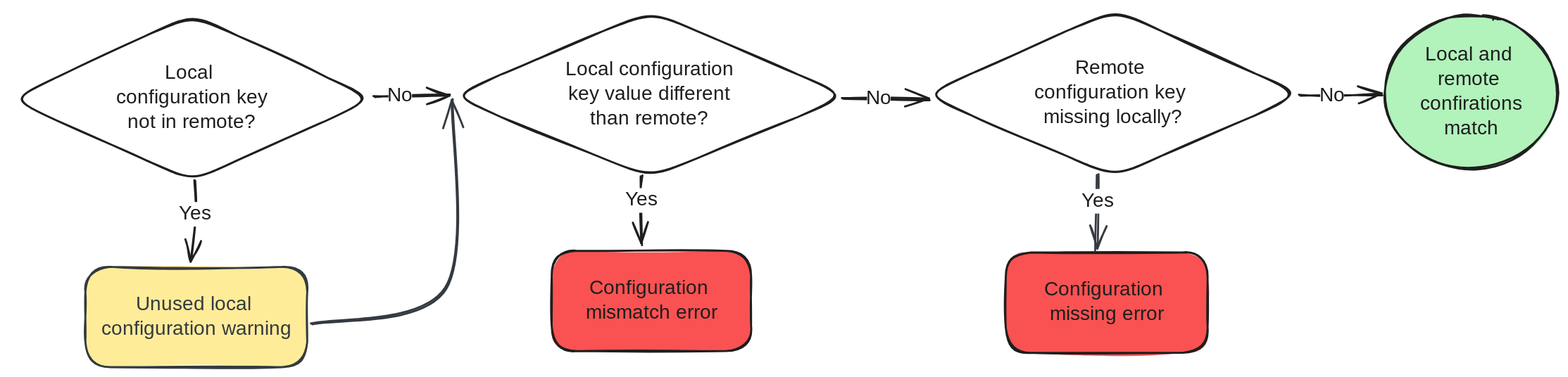
This is docs/verification-steps.excalidraw.svg from tswymer/scicm, a Excalidraw export, as it was before one commit. Source tidied: one line per element, renumbered; positions are measured from the earlier drawing's top-left corner, leaving out a move shared by most shapes. Source of this version:
```json
{"id": 0, "type": "diamond", "strokeColor": "#1e1e1e", "strokeWidth": 2, "roughness": 1, "round": true, "x": 0, "y": 5, "width": 368, "height": 170}
{"id": 1, "type": "text", "text": "Local \nconfiguration key\nnot in remote?", "strokeColor": "#1e1e1e", "strokeWidth": 2, "roughness": 1, "fontSize": 20, "fontFamily": 1, "textAlign": "center", "verticalAlign": "middle", "inside": 0, "x": 102, "y": 52, "width": 164, "height": 75}
{"id": 2, "type": "rectangle", "strokeColor": "#343a40", "backgroundColor": "#ffec99", "fillStyle": "solid", "strokeWidth": 2, "roughness": 1, "round": true, "x": 76, "y": 261, "width": 225, "height": 102}
{"id": 3, "type": "text", "text": "Unused local \nconfiguration warning", "strokeColor": "#343a40", "strokeWidth": 2, "roughness": 1, "fontSize": 20, "fontFamily": 1, "textAlign": "center", "verticalAlign": "middle", "inside": 2, "x": 88, "y": 287, "width": 201, "height": 50}
{"id": 4, "type": "arrow", "strokeColor": "#1e1e1e", "strokeWidth": 2, "roughness": 1, "endArrowhead": "arrow", "round": true, "to": 2, "x": 186, "y": 172, "width": 4, "height": 82, "points": [[0, 0], [1, 35], [-3, 82]]}
{"id": 5, "type": "text", "text": "Yes", "strokeColor": "#1e1e1e", "strokeWidth": 2, "roughness": 1, "fontSize": 20, "fontFamily": 1, "textAlign": "center", "verticalAlign": "middle", "inside": 4, "x": 187, "y": 197, "width": 32, "height": 25}
{"id": 6, "type": "diamond", "strokeColor": "#1e1e1e", "strokeWidth": 2, "roughness": 1, "round": true, "x": 447, "y": 1, "width": 403, "height": 170}
{"id": 7, "type": "text", "text": "Local configuration\nkey value different\nthan remote?", "strokeColor": "#1e1e1e", "strokeWidth": 2, "roughness": 1, "fontSize": 20, "fontFamily": 1, "textAlign": "center", "verticalAlign": "middle", "inside": 6, "x": 555, "y": 49, "width": 188, "height": 75}
{"id": 8, "type": "arrow", "strokeColor": "#1e1e1e", "strokeWidth": 2, "roughness": 1, "endArrowhead": "arrow", "round": true, "from": 0, "to": 6, "x": 370, "y": 89, "width": 75, "height": 2, "points": [[0, 0], [26, -1], [75, -2]]}
{"id": 9, "type": "text", "text": "No", "strokeColor": "#1e1e1e", "strokeWidth": 2, "roughness": 1, "fontSize": 20, "fontFamily": 1, "textAlign": "center", "verticalAlign": "middle", "inside": 8, "x": 408, "y": 75, "width": 24, "height": 25}
{"id": 10, "type": "rectangle", "strokeColor": "#1e1e1e", "backgroundColor": "#fa5252", "fillStyle": "solid", "strokeWidth": 2, "roughness": 1, "round": true, "x": 549, "y": 245, "width": 202, "height": 102}
{"id": 11, "type": "text", "text": "Configuration \nmismatch error", "strokeColor": "#1e1e1e", "strokeWidth": 2, "roughness": 1, "fontSize": 20, "fontFamily": 1, "textAlign": "center", "verticalAlign": "middle", "inside": 10, "x": 579, "y": 271, "width": 143, "height": 50}
{"id": 12, "type": "arrow", "strokeColor": "#1e1e1e", "strokeWidth": 2, "roughness": 1, "endArrowhead": "arrow", "round": true, "from": 6, "to": 10, "x": 640, "y": 169, "width": 1, "height": 70, "points": [[0, 0], [0, 25], [1, 70]]}
{"id": 13, "type": "text", "text": "Yes", "strokeColor": "#1e1e1e", "strokeWidth": 2, "roughness": 1, "fontSize": 20, "fontFamily": 1, "textAlign": "center", "verticalAlign": "middle", "inside": 12, "x": 604, "y": 204, "width": 32, "height": 25}
{"id": 14, "type": "arrow", "strokeColor": "#343a40", "backgroundColor": "#fa5252", "fillStyle": "solid", "strokeWidth": 2, "roughness": 1, "endArrowhead": "arrow", "round": true, "from": 2, "to": 6, "x": 307, "y": 319, "width": 143, "height": 228, "points": [[0, 0], [136, -36], [143, -228]]}
{"id": 15, "type": "diamond", "strokeColor": "#1e1e1e", "strokeWidth": 2, "roughness": 1, "round": true, "x": 928, "y": 0, "width": 383, "height": 170}
{"id": 16, "type": "text", "text": "Remote \nconfiguration key \nmissing locally?", "strokeColor": "#1e1e1e", "strokeWidth": 2, "roughness": 1, "fontSize": 20, "fontFamily": 1, "textAlign": "center", "verticalAlign": "middle", "inside": 15, "x": 1032, "y": 48, "width": 174, "height": 75}
{"id": 17, "type": "rectangle", "strokeColor": "#1e1e1e", "backgroundColor": "#fa5252", "fillStyle": "solid", "strokeWidth": 2, "roughness": 1, "round": true, "x": 1010, "y": 247, "width": 205, "height": 102}
{"id": 18, "type": "text", "text": "Configuration \nmissing error", "strokeColor": "#1e1e1e", "strokeWidth": 2, "roughness": 1, "fontSize": 20, "fontFamily": 1, "textAlign": "center", "verticalAlign": "middle", "inside": 17, "x": 1044, "y": 273, "width": 137, "height": 50}
{"id": 19, "type": "arrow", "strokeColor": "#343a40", "backgroundColor": "#fa5252", "fillStyle": "solid", "strokeWidth": 2, "roughness": 1, "endArrowhead": "arrow", "round": true, "from": 15, "to": 17, "x": 1104, "y": 167, "width": 1, "height": 77, "points": [[0, 0], [0, 28], [-1, 77]]}
{"id": 20, "type": "text", "text": "Yes", "strokeColor": "#1e1e1e", "strokeWidth": 2, "roughness": 1, "fontSize": 20, "fontFamily": 1, "textAlign": "center", "verticalAlign": "middle", "inside": 19, "x": 1050, "y": 195, "width": 32, "height": 25}
{"id": 21, "type": "arrow", "strokeColor": "#1e1e1e", "strokeWidth": 2, "roughness": 1, "endArrowhead": "arrow", "round": true, "from": 6, "to": 15, "x": 845, "y": 90, "width": 88, "height": 1, "points": [[0, 0], [37, 1], [88, 1]]}
{"id": 22, "type": "text", "text": "No", "strokeColor": "#1e1e1e", "strokeWidth": 2, "roughness": 1, "fontSize": 20, "fontFamily": 1, "textAlign": "center", "verticalAlign": "middle", "inside": 21, "x": 877, "y": 78, "width": 24, "height": 25}
{"id": 23, "type": "ellipse", "strokeColor": "#1e1e1e", "backgroundColor": "#b2f2bb", "fillStyle": "solid", "strokeWidth": 2, "roughness": 1, "round": true, "x": 1395, "y": 6, "width": 175, "height": 156}
{"id": 24, "type": "text", "text": "Local and \nremote \nconfirations\nmatch", "strokeColor": "#1e1e1e", "strokeWidth": 2, "roughness": 1, "fontSize": 20, "fontFamily": 1, "textAlign": "center", "verticalAlign": "middle", "inside": 23, "x": 1426, "y": 33, "width": 113, "height": 100}
{"id": 25, "type": "arrow", "strokeColor": "#1e1e1e", "backgroundColor": "#b2f2bb", "fillStyle": "solid", "strokeWidth": 2, "roughness": 1, "endArrowhead": "arrow", "round": true, "from": 15, "to": 23, "x": 1309, "y": 87, "width": 84, "height": 1, "points": [[0, 0], [33, 0], [84, -1]]}
{"id": 26, "type": "text", "text": "No", "strokeColor": "#1e1e1e", "backgroundColor": "#b2f2bb", "fillStyle": "solid", "strokeWidth": 2, "roughness": 1, "fontSize": 20, "fontFamily": 1, "textAlign": "center", "verticalAlign": "middle", "inside": 25, "x": 1332, "y": 74, "width": 24, "height": 25}
```
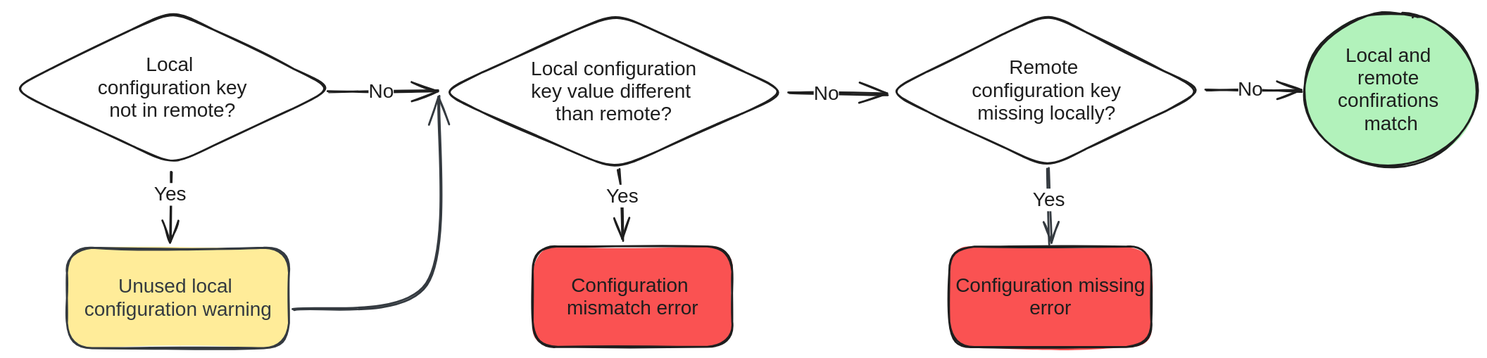
Later version of the same file.

Diff of the diagram source:
```diff
@@ -1,27 +1,27 @@
-{"id": 0, "type": "diamond", "strokeColor": "#1e1e1e", "strokeWidth": 2, "roughness": 1, "round": true, "x": 0, "y": 5, "width": 368, "height": 170}
+{"id": 0, "type": "diamond", "strokeColor": "#1e1e1e", "strokeWidth": 2, "roughness": 1, "round": true, "x": 19, "y": 5, "width": 329, "height": 158}
-{"id": 1, "type": "text", "text": "Local \nconfiguration key\nnot in remote?", "strokeColor": "#1e1e1e", "strokeWidth": 2, "roughness": 1, "fontSize": 20, "fontFamily": 1, "textAlign": "center", "verticalAlign": "middle", "inside": 0, "x": 102, "y": 52, "width": 164, "height": 75}
+{"id": 1, "type": "text", "text": "Local \nconfiguration key\nnot in remote?", "strokeColor": "#1e1e1e", "strokeWidth": 2, "roughness": 1, "fontSize": 20, "fontFamily": 2, "textAlign": "center", "verticalAlign": "middle", "inside": 0, "x": 108, "y": 49, "width": 151, "height": 69}
-{"id": 2, "type": "rectangle", "strokeColor": "#343a40", "backgroundColor": "#ffec99", "fillStyle": "solid", "strokeWidth": 2, "roughness": 1, "round": true, "x": 76, "y": 261, "width": 225, "height": 102}
+{"id": 2, "type": "rectangle", "strokeColor": "#343a40", "backgroundColor": "#ffec99", "fillStyle": "solid", "strokeWidth": 2, "roughness": 1, "round": true, "x": 77, "y": 246, "width": 225, "height": 102}
-{"id": 3, "type": "text", "text": "Unused local \nconfiguration warning", "strokeColor": "#343a40", "strokeWidth": 2, "roughness": 1, "fontSize": 20, "fontFamily": 1, "textAlign": "center", "verticalAlign": "middle", "inside": 2, "x": 88, "y": 287, "width": 201, "height": 50}
+{"id": 3, "type": "text", "text": "Unused local \nconfiguration warning", "strokeColor": "#343a40", "strokeWidth": 2, "roughness": 1, "fontSize": 20, "fontFamily": 2, "textAlign": "center", "verticalAlign": "middle", "inside": 2, "x": 94, "y": 274, "width": 190, "height": 46}
-{"id": 4, "type": "arrow", "strokeColor": "#1e1e1e", "strokeWidth": 2, "roughness": 1, "endArrowhead": "arrow", "round": true, "to": 2, "x": 186, "y": 172, "width": 4, "height": 82, "points": [[0, 0], [1, 35], [-3, 82]]}
+{"id": 4, "type": "arrow", "strokeColor": "#1e1e1e", "strokeWidth": 2, "roughness": 1, "endArrowhead": "arrow", "round": true, "from": 0, "to": 2, "x": 182, "y": 168, "width": 1, "height": 71, "points": [[0, 0], [-1, 24], [0, 71]]}
-{"id": 5, "type": "text", "text": "Yes", "strokeColor": "#1e1e1e", "strokeWidth": 2, "roughness": 1, "fontSize": 20, "fontFamily": 1, "textAlign": "center", "verticalAlign": "middle", "inside": 4, "x": 187, "y": 197, "width": 32, "height": 25}
+{"id": 5, "type": "text", "text": "Yes", "strokeColor": "#1e1e1e", "strokeWidth": 2, "roughness": 1, "fontSize": 20, "fontFamily": 2, "textAlign": "center", "verticalAlign": "middle", "inside": 4, "x": 171, "y": 196, "width": 33, "height": 23}
-{"id": 6, "type": "diamond", "strokeColor": "#1e1e1e", "strokeWidth": 2, "roughness": 1, "round": true, "x": 447, "y": 1, "width": 403, "height": 170}
+{"id": 6, "type": "diamond", "strokeColor": "#1e1e1e", "strokeWidth": 2, "roughness": 1, "round": true, "x": 453, "y": 7, "width": 356, "height": 161}
-{"id": 7, "type": "text", "text": "Local configuration\nkey value different\nthan remote?", "strokeColor": "#1e1e1e", "strokeWidth": 2, "roughness": 1, "fontSize": 20, "fontFamily": 1, "textAlign": "center", "verticalAlign": "middle", "inside": 6, "x": 555, "y": 49, "width": 188, "height": 75}
+{"id": 7, "type": "text", "text": "Local configuration\nkey value different \nthan remote?", "strokeColor": "#1e1e1e", "strokeWidth": 2, "roughness": 1, "fontSize": 20, "fontFamily": 2, "textAlign": "center", "verticalAlign": "middle", "inside": 6, "x": 548, "y": 53, "width": 168, "height": 69}
-{"id": 8, "type": "arrow", "strokeColor": "#1e1e1e", "strokeWidth": 2, "roughness": 1, "endArrowhead": "arrow", "round": true, "from": 0, "to": 6, "x": 370, "y": 89, "width": 75, "height": 2, "points": [[0, 0], [26, -1], [75, -2]]}
+{"id": 8, "type": "arrow", "strokeColor": "#1e1e1e", "strokeWidth": 2, "roughness": 1, "endArrowhead": "arrow", "round": true, "from": 0, "to": 6, "x": 343, "y": 88, "width": 110, "height": 1, "points": [[0, 0], [53, -1], [110, -1]]}
-{"id": 9, "type": "text", "text": "No", "strokeColor": "#1e1e1e", "strokeWidth": 2, "roughness": 1, "fontSize": 20, "fontFamily": 1, "textAlign": "center", "verticalAlign": "middle", "inside": 8, "x": 408, "y": 75, "width": 24, "height": 25}
+{"id": 9, "type": "text", "text": "No", "strokeColor": "#1e1e1e", "strokeWidth": 2, "roughness": 1, "fontSize": 20, "fontFamily": 2, "textAlign": "center", "verticalAlign": "middle", "inside": 8, "x": 383, "y": 76, "width": 26, "height": 23}
 {"id": 10, "type": "rectangle", "strokeColor": "#1e1e1e", "backgroundColor": "#fa5252", "fillStyle": "solid", "strokeWidth": 2, "roughness": 1, "round": true, "x": 549, "y": 245, "width": 202, "height": 102}
-{"id": 11, "type": "text", "text": "Configuration \nmismatch error", "strokeColor": "#1e1e1e", "strokeWidth": 2, "roughness": 1, "fontSize": 20, "fontFamily": 1, "textAlign": "center", "verticalAlign": "middle", "inside": 10, "x": 579, "y": 271, "width": 143, "height": 50}
+{"id": 11, "type": "text", "text": "Configuration \nmismatch error", "strokeColor": "#1e1e1e", "strokeWidth": 2, "roughness": 1, "fontSize": 20, "fontFamily": 2, "textAlign": "center", "verticalAlign": "middle", "inside": 10, "x": 584, "y": 273, "width": 133, "height": 46}
-{"id": 12, "type": "arrow", "strokeColor": "#1e1e1e", "strokeWidth": 2, "roughness": 1, "endArrowhead": "arrow", "round": true, "from": 6, "to": 10, "x": 640, "y": 169, "width": 1, "height": 70, "points": [[0, 0], [0, 25], [1, 70]]}
+{"id": 12, "type": "arrow", "strokeColor": "#1e1e1e", "strokeWidth": 2, "roughness": 1, "endArrowhead": "arrow", "round": true, "from": 6, "to": 10, "x": 636, "y": 167, "width": 5, "height": 72, "points": [[0, 0], [4, 27], [5, 72]]}
-{"id": 13, "type": "text", "text": "Yes", "strokeColor": "#1e1e1e", "strokeWidth": 2, "roughness": 1, "fontSize": 20, "fontFamily": 1, "textAlign": "center", "verticalAlign": "middle", "inside": 12, "x": 604, "y": 204, "width": 32, "height": 25}
+{"id": 13, "type": "text", "text": "Yes", "strokeColor": "#1e1e1e", "strokeWidth": 2, "roughness": 1, "fontSize": 20, "fontFamily": 2, "textAlign": "center", "verticalAlign": "middle", "inside": 12, "x": 624, "y": 182, "width": 33, "height": 23}
-{"id": 14, "type": "arrow", "strokeColor": "#343a40", "backgroundColor": "#fa5252", "fillStyle": "solid", "strokeWidth": 2, "roughness": 1, "endArrowhead": "arrow", "round": true, "from": 2, "to": 6, "x": 307, "y": 319, "width": 143, "height": 228, "points": [[0, 0], [136, -36], [143, -228]]}
+{"id": 14, "type": "arrow", "strokeColor": "#343a40", "backgroundColor": "#fa5252", "fillStyle": "solid", "strokeWidth": 2, "roughness": 1, "endArrowhead": "arrow", "round": true, "from": 2, "to": 6, "x": 307, "y": 309, "width": 148, "height": 217, "points": [[0, 0], [135, -26], [148, -217]]}
-{"id": 15, "type": "diamond", "strokeColor": "#1e1e1e", "strokeWidth": 2, "roughness": 1, "round": true, "x": 928, "y": 0, "width": 383, "height": 170}
+{"id": 15, "type": "diamond", "strokeColor": "#1e1e1e", "strokeWidth": 2, "roughness": 1, "round": true, "x": 909, "y": 7, "width": 323, "height": 158}
-{"id": 16, "type": "text", "text": "Remote \nconfiguration key \nmissing locally?", "strokeColor": "#1e1e1e", "strokeWidth": 2, "roughness": 1, "fontSize": 20, "fontFamily": 1, "textAlign": "center", "verticalAlign": "middle", "inside": 15, "x": 1032, "y": 48, "width": 174, "height": 75}
+{"id": 16, "type": "text", "text": "Remote \nconfiguration key\nmissing locally?", "strokeColor": "#1e1e1e", "strokeWidth": 2, "roughness": 1, "fontSize": 20, "fontFamily": 2, "textAlign": "center", "verticalAlign": "middle", "inside": 15, "x": 995, "y": 52, "width": 151, "height": 69}
-{"id": 17, "type": "rectangle", "strokeColor": "#1e1e1e", "backgroundColor": "#fa5252", "fillStyle": "solid", "strokeWidth": 2, "roughness": 1, "round": true, "x": 1010, "y": 247, "width": 205, "height": 102}
+{"id": 17, "type": "rectangle", "strokeColor": "#1e1e1e", "backgroundColor": "#fa5252", "fillStyle": "solid", "strokeWidth": 2, "roughness": 1, "round": true, "x": 972, "y": 245, "width": 205, "height": 102}
-{"id": 18, "type": "text", "text": "Configuration \nmissing error", "strokeColor": "#1e1e1e", "strokeWidth": 2, "roughness": 1, "fontSize": 20, "fontFamily": 1, "textAlign": "center", "verticalAlign": "middle", "inside": 17, "x": 1044, "y": 273, "width": 137, "height": 50}
+{"id": 18, "type": "text", "text": "Configuration missing\nerror", "strokeColor": "#1e1e1e", "strokeWidth": 2, "roughness": 1, "fontSize": 20, "fontFamily": 2, "textAlign": "center", "verticalAlign": "middle", "inside": 17, "x": 978, "y": 273, "width": 192, "height": 46}
-{"id": 19, "type": "arrow", "strokeColor": "#343a40", "backgroundColor": "#fa5252", "fillStyle": "solid", "strokeWidth": 2, "roughness": 1, "endArrowhead": "arrow", "round": true, "from": 15, "to": 17, "x": 1104, "y": 167, "width": 1, "height": 77, "points": [[0, 0], [0, 28], [-1, 77]]}
+{"id": 19, "type": "arrow", "strokeColor": "#343a40", "backgroundColor": "#fa5252", "fillStyle": "solid", "strokeWidth": 2, "roughness": 1, "endArrowhead": "arrow", "round": true, "from": 15, "to": 17, "x": 1072, "y": 165, "width": 3, "height": 77, "points": [[0, 0], [1, 32], [3, 77]]}
-{"id": 20, "type": "text", "text": "Yes", "strokeColor": "#1e1e1e", "strokeWidth": 2, "roughness": 1, "fontSize": 20, "fontFamily": 1, "textAlign": "center", "verticalAlign": "middle", "inside": 19, "x": 1050, "y": 195, "width": 32, "height": 25}
+{"id": 20, "type": "text", "text": "Yes", "strokeColor": "#1e1e1e", "strokeWidth": 2, "roughness": 1, "fontSize": 20, "fontFamily": 2, "textAlign": "center", "verticalAlign": "middle", "inside": 19, "x": 1087, "y": 184, "width": 33, "height": 23}
-{"id": 21, "type": "arrow", "strokeColor": "#1e1e1e", "strokeWidth": 2, "roughness": 1, "endArrowhead": "arrow", "round": true, "from": 6, "to": 15, "x": 845, "y": 90, "width": 88, "height": 1, "points": [[0, 0], [37, 1], [88, 1]]}
+{"id": 21, "type": "arrow", "strokeColor": "#1e1e1e", "strokeWidth": 2, "roughness": 1, "endArrowhead": "arrow", "round": true, "from": 6, "to": 15, "x": 809, "y": 88, "width": 100, "height": 2, "points": [[0, 0], [38, 1], [100, 2]]}
-{"id": 22, "type": "text", "text": "No", "strokeColor": "#1e1e1e", "strokeWidth": 2, "roughness": 1, "fontSize": 20, "fontFamily": 1, "textAlign": "center", "verticalAlign": "middle", "inside": 21, "x": 877, "y": 78, "width": 24, "height": 25}
+{"id": 22, "type": "text", "text": "No", "strokeColor": "#1e1e1e", "strokeWidth": 2, "roughness": 1, "fontSize": 20, "fontFamily": 2, "textAlign": "center", "verticalAlign": "middle", "inside": 21, "x": 869, "y": 78, "width": 26, "height": 23}
-{"id": 23, "type": "ellipse", "strokeColor": "#1e1e1e", "backgroundColor": "#b2f2bb", "fillStyle": "solid", "strokeWidth": 2, "roughness": 1, "round": true, "x": 1395, "y": 6, "width": 175, "height": 156}
+{"id": 23, "type": "ellipse", "strokeColor": "#1e1e1e", "backgroundColor": "#b2f2bb", "fillStyle": "solid", "strokeWidth": 2, "roughness": 1, "round": true, "x": 1332, "y": 8, "width": 175, "height": 156}
-{"id": 24, "type": "text", "text": "Local and \nremote \nconfirations\nmatch", "strokeColor": "#1e1e1e", "strokeWidth": 2, "roughness": 1, "fontSize": 20, "fontFamily": 1, "textAlign": "center", "verticalAlign": "middle", "inside": 23, "x": 1426, "y": 33, "width": 113, "height": 100}
+{"id": 24, "type": "text", "text": "Local and \nremote \nconfirations \nmatch", "strokeColor": "#1e1e1e", "strokeWidth": 2, "roughness": 1, "fontSize": 20, "fontFamily": 2, "textAlign": "center", "verticalAlign": "middle", "inside": 23, "x": 1366, "y": 40, "width": 108, "height": 92}
-{"id": 25, "type": "arrow", "strokeColor": "#1e1e1e", "backgroundColor": "#b2f2bb", "fillStyle": "solid", "strokeWidth": 2, "roughness": 1, "endArrowhead": "arrow", "round": true, "from": 15, "to": 23, "x": 1309, "y": 87, "width": 84, "height": 1, "points": [[0, 0], [33, 0], [84, -1]]}
+{"id": 25, "type": "arrow", "strokeColor": "#1e1e1e", "backgroundColor": "#b2f2bb", "fillStyle": "solid", "strokeWidth": 2, "roughness": 1, "endArrowhead": "arrow", "round": true, "from": 15, "to": 23, "x": 1233, "y": 86, "width": 97, "height": 1, "points": [[0, 0], [45, 0], [97, 1]]}
 {"id": 26, "type": "text", "text": "No", "strokeColor": "#1e1e1e", "backgroundColor": "#b2f2bb", "fillStyle": "solid", "strokeWidth": 2, "roughness": 1, "fontSize": 20, "fontFamily": 1, "textAlign": "center", "verticalAlign": "middle", "inside": 25, "x": 1332, "y": 74, "width": 24, "height": 25}
```
